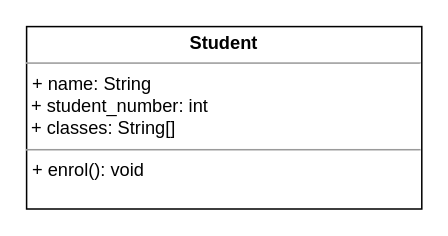
Above: Untitled Diagram.drawio in germw/Sorting (draw.io), before the change. Source tidied: cells renumbered, new cells numbered last; positions are measured from the earlier drawing's top-left corner, leaving out a move shared by most shapes. Both pictures are drawn from the tidied source at 152%, with x=0, y=0 at pixel (26, 26).
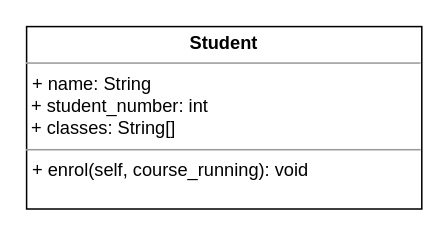
The same page after the edit.

Diff of the diagram source:
```diff
@@
 <mxGraphModel>
   <root>
     <mxCell id="0" />
     <mxCell id="1" parent="0" />
-    <mxCell id="2" value="&lt;p style=&quot;margin: 0px ; margin-top: 4px ; text-align: center&quot;&gt;&lt;b&gt;Student&lt;/b&gt;&lt;br&gt;&lt;/p&gt;&lt;hr size=&quot;1&quot;&gt;&lt;p style=&quot;margin: 0px ; margin-left: 4px&quot;&gt;+ name: String&lt;br&gt;&lt;/p&gt;&lt;div&gt;&amp;nbsp;+ student_number: int&lt;br&gt;&lt;/div&gt;&lt;div&gt;&amp;nbsp;+ classes: String[]&lt;br&gt;&lt;/div&gt;&lt;hr size=&quot;1&quot;&gt;&lt;p style=&quot;margin: 0px ; margin-left: 4px&quot;&gt;+ enrol(): void &lt;br&gt;&lt;/p&gt;" style="verticalAlign=top;align=left;overflow=fill;fontSize=12;fontFamily=Helvetica;html=1;" parent="1" vertex="1">
+    <mxCell id="2" value="&lt;p style=&quot;margin: 0px ; margin-top: 4px ; text-align: center&quot;&gt;&lt;b&gt;Student&lt;/b&gt;&lt;br&gt;&lt;/p&gt;&lt;hr size=&quot;1&quot;&gt;&lt;p style=&quot;margin: 0px ; margin-left: 4px&quot;&gt;+ name: String&lt;br&gt;&lt;/p&gt;&lt;div&gt;&amp;nbsp;+ student_number: int&lt;br&gt;&lt;/div&gt;&lt;div&gt;&amp;nbsp;+ classes: String[]&lt;br&gt;&lt;/div&gt;&lt;hr size=&quot;1&quot;&gt;&lt;p style=&quot;margin: 0px ; margin-left: 4px&quot;&gt;+ enrol(self, course_running): void &lt;br&gt;&lt;/p&gt;" style="verticalAlign=top;align=left;overflow=fill;fontSize=12;fontFamily=Helvetica;html=1;" parent="1" vertex="1">
       <mxGeometry width="260" height="120" as="geometry" />
     </mxCell>
   </root>
 </mxGraphModel>
```
